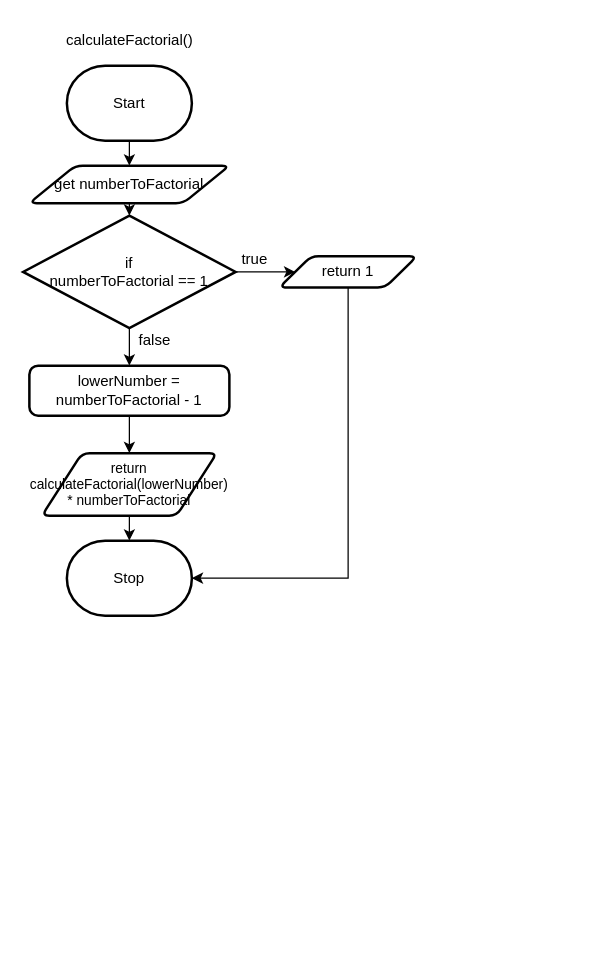
The draw.io diagram 3-3/design/flowchart.drawio in jakub-malhotra/ICS4U-Unit-3, before the edit. Source tidied: cells renumbered, new cells numbered last; positions are measured from the earlier drawing's top-left corner, leaving out a move shared by most shapes. Both pictures are drawn from the tidied source at 125%, with x=0, y=0 at pixel (22, 21).
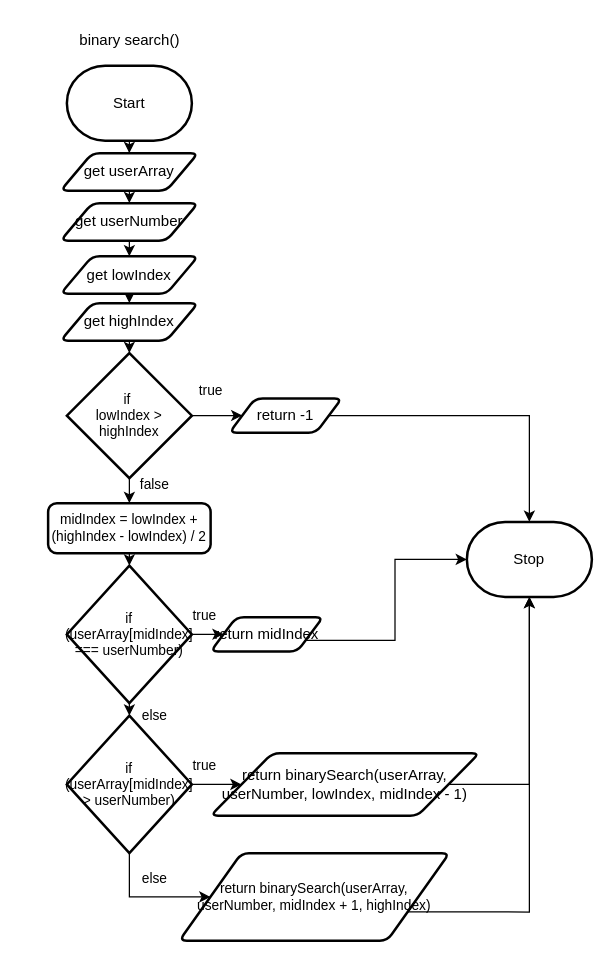
The same diagram, later.

Change to the diagram source:
```diff
@@
     <mxCell id="4" value="Stop" style="strokeWidth=2;html=1;shape=mxgraph.flowchart.terminator;whiteSpace=wrap;" parent="1" vertex="1">
-      <mxGeometry x="35" y="415" width="100" height="60" as="geometry" />
+      <mxGeometry x="355" y="400" width="100" height="60" as="geometry" />
     </mxCell>
-    <mxCell id="5" style="edgeStyle=none;html=1;exitX=0.5;exitY=1;exitDx=0;exitDy=0;entryX=0.5;entryY=0;entryDx=0;entryDy=0;entryPerimeter=0;fontFamily=Helvetica;fontSize=12;fontColor=default;" parent="1" edge="1" source="6" target="10">
-      <mxGeometry relative="1" as="geometry" />
-    </mxCell>
+    <mxCell id="19" style="edgeStyle=orthogonalEdgeStyle;shape=connector;rounded=0;html=1;exitX=0.5;exitY=1;exitDx=0;exitDy=0;entryX=0.5;entryY=0;entryDx=0;entryDy=0;labelBackgroundColor=default;strokeColor=default;fontFamily=Helvetica;fontSize=11;fontColor=default;endArrow=classic;" parent="1" edge="1" source="6" target="21">
+      <mxGeometry relative="1" as="geometry" />
+    </mxCell>
-    <mxCell id="6" value="get numberToFactorial" style="shape=parallelogram;html=1;strokeWidth=2;perimeter=parallelogramPerimeter;whiteSpace=wrap;rounded=1;arcSize=12;size=0.23;" parent="1" vertex="1">
-      <mxGeometry x="5" y="115" width="160" height="30" as="geometry" />
+    <mxCell id="6" value="get userArray" style="shape=parallelogram;html=1;strokeWidth=2;perimeter=parallelogramPerimeter;whiteSpace=wrap;rounded=1;arcSize=12;size=0.23;" parent="1" vertex="1">
+      <mxGeometry x="30" y="105" width="110" height="30" as="geometry" />
     </mxCell>
-    <mxCell id="7" value="calculateFactorial()" style="text;html=1;align=center;verticalAlign=middle;strokeColor=none;fillColor=none;" parent="1" vertex="1">
-      <mxGeometry x="20" width="130" height="30" as="geometry" />
+    <mxCell id="7" value="binary search()" style="text;html=1;align=center;verticalAlign=middle;strokeColor=none;fillColor=none;" parent="1" vertex="1">
+      <mxGeometry x="30" width="110" height="30" as="geometry" />
     </mxCell>
-    <mxCell id="8" style="edgeStyle=none;html=1;exitX=1;exitY=0.5;exitDx=0;exitDy=0;exitPerimeter=0;entryX=0;entryY=0.5;entryDx=0;entryDy=0;fontFamily=Helvetica;fontSize=12;fontColor=default;" parent="1" edge="1" source="10" target="12">
-      <mxGeometry relative="1" as="geometry" />
-    </mxCell>
-    <mxCell id="9" style="edgeStyle=orthogonalEdgeStyle;shape=connector;rounded=0;html=1;exitX=0.5;exitY=1;exitDx=0;exitDy=0;exitPerimeter=0;entryX=0.5;entryY=0;entryDx=0;entryDy=0;labelBackgroundColor=default;strokeColor=default;fontFamily=Helvetica;fontSize=11;fontColor=default;endArrow=classic;" parent="1" edge="1" source="10" target="15">
-      <mxGeometry relative="1" as="geometry" />
-    </mxCell>
-    <mxCell id="10" value="if &lt;br&gt;numberToFactorial == 1" style="strokeWidth=2;html=1;shape=mxgraph.flowchart.decision;whiteSpace=wrap;rounded=1;strokeColor=default;fontFamily=Helvetica;fontSize=12;fontColor=default;fillColor=default;" parent="1" vertex="1">
-      <mxGeometry y="155" width="170" height="90" as="geometry" />
-    </mxCell>
-    <mxCell id="11" style="edgeStyle=orthogonalEdgeStyle;shape=connector;rounded=0;html=1;exitX=0.5;exitY=1;exitDx=0;exitDy=0;entryX=1;entryY=0.5;entryDx=0;entryDy=0;entryPerimeter=0;labelBackgroundColor=default;strokeColor=default;fontFamily=Helvetica;fontSize=11;fontColor=default;endArrow=classic;" parent="1" edge="1" source="12" target="4">
+    <mxCell id="11" style="edgeStyle=orthogonalEdgeStyle;shape=connector;rounded=0;html=1;exitX=1;exitY=0.5;exitDx=0;exitDy=0;entryX=0.5;entryY=0;entryDx=0;entryDy=0;entryPerimeter=0;labelBackgroundColor=default;strokeColor=default;fontFamily=Helvetica;fontSize=11;fontColor=default;endArrow=classic;" parent="1" edge="1" source="12" target="4">
       <mxGeometry relative="1" as="geometry" />
     </mxCell>
-    <mxCell id="12" value="return 1" style="shape=parallelogram;html=1;strokeWidth=2;perimeter=parallelogramPerimeter;whiteSpace=wrap;rounded=1;arcSize=12;size=0.23;strokeColor=default;fontFamily=Helvetica;fontSize=12;fontColor=default;fillColor=default;" parent="1" vertex="1">
-      <mxGeometry x="205" y="187.5" width="110" height="25" as="geometry" />
+    <mxCell id="12" value="return -1" style="shape=parallelogram;html=1;strokeWidth=2;perimeter=parallelogramPerimeter;whiteSpace=wrap;rounded=1;arcSize=12;size=0.23;strokeColor=default;fontFamily=Helvetica;fontSize=12;fontColor=default;fillColor=default;" parent="1" vertex="1">
+      <mxGeometry x="165" y="301.2" width="90" height="27.5" as="geometry" />
     </mxCell>
-    <mxCell id="13" value="true" style="text;html=1;align=center;verticalAlign=middle;strokeColor=none;fillColor=none;fontSize=12;fontFamily=Helvetica;fontColor=default;" parent="1" vertex="1">
-      <mxGeometry x="165" y="175" width="40" height="30" as="geometry" />
-    </mxCell>
-    <mxCell id="14" style="edgeStyle=none;html=1;exitX=0.5;exitY=1;exitDx=0;exitDy=0;entryX=0.5;entryY=0;entryDx=0;entryDy=0;" parent="1" edge="1" source="15" target="17">
-      <mxGeometry relative="1" as="geometry" />
-    </mxCell>
-    <mxCell id="15" value="lowerNumber = numberToFactorial - 1" style="rounded=1;whiteSpace=wrap;html=1;absoluteArcSize=1;arcSize=14;strokeWidth=2;strokeColor=default;fontFamily=Helvetica;fontSize=12;fontColor=default;fillColor=default;" parent="1" vertex="1">
-      <mxGeometry x="5" y="275" width="160" height="40" as="geometry" />
-    </mxCell>
-    <mxCell id="16" style="edgeStyle=orthogonalEdgeStyle;shape=connector;rounded=0;html=1;exitX=0.5;exitY=1;exitDx=0;exitDy=0;entryX=0.5;entryY=0;entryDx=0;entryDy=0;entryPerimeter=0;labelBackgroundColor=default;strokeColor=default;fontFamily=Helvetica;fontSize=11;fontColor=default;endArrow=classic;" parent="1" edge="1" source="17" target="4">
-      <mxGeometry relative="1" as="geometry" />
-    </mxCell>
-    <mxCell id="17" value="return calculateFactorial(lowerNumber) * numberToFactorial" style="shape=parallelogram;html=1;strokeWidth=2;perimeter=parallelogramPerimeter;whiteSpace=wrap;rounded=1;arcSize=12;size=0.23;strokeColor=default;fontFamily=Helvetica;fontSize=11;fontColor=default;fillColor=default;" parent="1" vertex="1">
-      <mxGeometry x="15" y="345" width="140" height="50" as="geometry" />
-    </mxCell>
+    <mxCell id="20" style="edgeStyle=orthogonalEdgeStyle;shape=connector;rounded=0;html=1;exitX=0.5;exitY=1;exitDx=0;exitDy=0;entryX=0.5;entryY=0;entryDx=0;entryDy=0;labelBackgroundColor=default;strokeColor=default;fontFamily=Helvetica;fontSize=11;fontColor=default;endArrow=classic;" parent="1" edge="1" source="21" target="23">
+      <mxGeometry relative="1" as="geometry" />
+    </mxCell>
+    <mxCell id="21" value="get userNumber" style="shape=parallelogram;html=1;strokeWidth=2;perimeter=parallelogramPerimeter;whiteSpace=wrap;rounded=1;arcSize=12;size=0.23;" parent="1" vertex="1">
+      <mxGeometry x="30" y="145" width="110" height="30" as="geometry" />
+    </mxCell>
+    <mxCell id="22" style="edgeStyle=orthogonalEdgeStyle;shape=connector;rounded=0;html=1;exitX=0.5;exitY=1;exitDx=0;exitDy=0;entryX=0.5;entryY=0;entryDx=0;entryDy=0;labelBackgroundColor=default;strokeColor=default;fontFamily=Helvetica;fontSize=11;fontColor=default;endArrow=classic;" parent="1" edge="1" source="23" target="25">
+      <mxGeometry relative="1" as="geometry" />
+    </mxCell>
+    <mxCell id="23" value="get lowIndex" style="shape=parallelogram;html=1;strokeWidth=2;perimeter=parallelogramPerimeter;whiteSpace=wrap;rounded=1;arcSize=12;size=0.23;" parent="1" vertex="1">
+      <mxGeometry x="30" y="187.5" width="110" height="30" as="geometry" />
+    </mxCell>
+    <mxCell id="24" style="edgeStyle=orthogonalEdgeStyle;shape=connector;rounded=0;html=1;exitX=0.5;exitY=1;exitDx=0;exitDy=0;entryX=0.5;entryY=0;entryDx=0;entryDy=0;entryPerimeter=0;labelBackgroundColor=default;strokeColor=default;fontFamily=Helvetica;fontSize=11;fontColor=default;endArrow=classic;" parent="1" edge="1" source="25" target="28">
+      <mxGeometry relative="1" as="geometry" />
+    </mxCell>
+    <mxCell id="25" value="get highIndex" style="shape=parallelogram;html=1;strokeWidth=2;perimeter=parallelogramPerimeter;whiteSpace=wrap;rounded=1;arcSize=12;size=0.23;" parent="1" vertex="1">
+      <mxGeometry x="30" y="225" width="110" height="30" as="geometry" />
+    </mxCell>
+    <mxCell id="26" style="edgeStyle=orthogonalEdgeStyle;shape=connector;rounded=0;html=1;exitX=1;exitY=0.5;exitDx=0;exitDy=0;exitPerimeter=0;entryX=0;entryY=0.5;entryDx=0;entryDy=0;labelBackgroundColor=default;strokeColor=default;fontFamily=Helvetica;fontSize=11;fontColor=default;endArrow=classic;" parent="1" edge="1" source="28" target="12">
+      <mxGeometry relative="1" as="geometry" />
+    </mxCell>
+    <mxCell id="27" style="edgeStyle=orthogonalEdgeStyle;shape=connector;rounded=0;html=1;exitX=0.5;exitY=1;exitDx=0;exitDy=0;exitPerimeter=0;labelBackgroundColor=default;strokeColor=default;fontFamily=Helvetica;fontSize=11;fontColor=default;endArrow=classic;" parent="1" edge="1" source="28" target="31">
+      <mxGeometry relative="1" as="geometry" />
+    </mxCell>
+    <mxCell id="28" value="if&amp;nbsp;&lt;br&gt;lowIndex &amp;gt; highIndex" style="strokeWidth=2;html=1;shape=mxgraph.flowchart.decision;whiteSpace=wrap;fontFamily=Helvetica;fontSize=11;fontColor=default;" parent="1" vertex="1">
+      <mxGeometry x="35" y="265" width="100" height="100" as="geometry" />
+    </mxCell>
+    <mxCell id="29" value="true" style="text;html=1;align=center;verticalAlign=middle;strokeColor=none;fillColor=none;fontSize=11;fontFamily=Helvetica;fontColor=default;" parent="1" vertex="1">
+      <mxGeometry x="130" y="280" width="40" height="30" as="geometry" />
+    </mxCell>
+    <mxCell id="30" style="edgeStyle=orthogonalEdgeStyle;shape=connector;rounded=0;html=1;exitX=0.5;exitY=1;exitDx=0;exitDy=0;entryX=0.5;entryY=0;entryDx=0;entryDy=0;entryPerimeter=0;labelBackgroundColor=default;strokeColor=default;fontFamily=Helvetica;fontSize=11;fontColor=default;endArrow=classic;" parent="1" edge="1" source="31" target="34">
+      <mxGeometry relative="1" as="geometry" />
+    </mxCell>
+    <mxCell id="31" value="midIndex = lowIndex + (highIndex - lowIndex) / 2" style="rounded=1;whiteSpace=wrap;html=1;absoluteArcSize=1;arcSize=14;strokeWidth=2;fontFamily=Helvetica;fontSize=11;fontColor=default;" parent="1" vertex="1">
+      <mxGeometry x="20" y="385" width="130" height="40" as="geometry" />
+    </mxCell>
-    <mxCell id="18" value="false" style="text;html=1;align=center;verticalAlign=middle;strokeColor=none;fillColor=none;" parent="1" vertex="1">
-      <mxGeometry x="80" y="240" width="50" height="30" as="geometry" />
+    <mxCell id="18" value="false" style="text;html=1;align=center;verticalAlign=middle;strokeColor=none;fillColor=none;fontSize=11;fontFamily=Helvetica;fontColor=default;" parent="1" vertex="1">
+      <mxGeometry x="80" y="355" width="50" height="30" as="geometry" />
     </mxCell>
+    <mxCell id="32" style="edgeStyle=orthogonalEdgeStyle;shape=connector;rounded=0;html=1;exitX=1;exitY=0.5;exitDx=0;exitDy=0;exitPerimeter=0;entryX=0;entryY=0.5;entryDx=0;entryDy=0;labelBackgroundColor=default;strokeColor=default;fontFamily=Helvetica;fontSize=11;fontColor=default;endArrow=classic;" parent="1" edge="1" source="34" target="36">
+      <mxGeometry relative="1" as="geometry" />
+    </mxCell>
+    <mxCell id="33" style="edgeStyle=orthogonalEdgeStyle;shape=connector;rounded=0;html=1;exitX=0.5;exitY=1;exitDx=0;exitDy=0;exitPerimeter=0;entryX=0.5;entryY=0;entryDx=0;entryDy=0;entryPerimeter=0;labelBackgroundColor=default;strokeColor=default;fontFamily=Helvetica;fontSize=11;fontColor=default;endArrow=classic;" parent="1" edge="1" source="34" target="40">
+      <mxGeometry relative="1" as="geometry" />
+    </mxCell>
+    <mxCell id="34" value="if (userArray[midIndex] === userNumber)" style="strokeWidth=2;html=1;shape=mxgraph.flowchart.decision;whiteSpace=wrap;fontFamily=Helvetica;fontSize=11;fontColor=default;" parent="1" vertex="1">
+      <mxGeometry x="35" y="435" width="100" height="110" as="geometry" />
+    </mxCell>
+    <mxCell id="35" style="edgeStyle=orthogonalEdgeStyle;shape=connector;rounded=0;html=1;exitX=1;exitY=0.75;exitDx=0;exitDy=0;entryX=0;entryY=0.5;entryDx=0;entryDy=0;entryPerimeter=0;labelBackgroundColor=default;strokeColor=default;fontFamily=Helvetica;fontSize=11;fontColor=default;endArrow=classic;" parent="1" edge="1" source="36" target="4">
+      <mxGeometry relative="1" as="geometry" />
+    </mxCell>
+    <mxCell id="36" value="return midIndex" style="shape=parallelogram;html=1;strokeWidth=2;perimeter=parallelogramPerimeter;whiteSpace=wrap;rounded=1;arcSize=12;size=0.23;strokeColor=default;fontFamily=Helvetica;fontSize=12;fontColor=default;fillColor=default;" parent="1" vertex="1">
+      <mxGeometry x="150" y="476.2" width="90" height="27.5" as="geometry" />
+    </mxCell>
+    <mxCell id="37" value="true" style="text;html=1;align=center;verticalAlign=middle;strokeColor=none;fillColor=none;fontSize=11;fontFamily=Helvetica;fontColor=default;" parent="1" vertex="1">
+      <mxGeometry x="125" y="460" width="40" height="30" as="geometry" />
+    </mxCell>
+    <mxCell id="38" style="edgeStyle=orthogonalEdgeStyle;shape=connector;rounded=0;html=1;exitX=1;exitY=0.5;exitDx=0;exitDy=0;exitPerimeter=0;entryX=0;entryY=0.5;entryDx=0;entryDy=0;labelBackgroundColor=default;strokeColor=default;fontFamily=Helvetica;fontSize=11;fontColor=default;endArrow=classic;" parent="1" edge="1" source="40" target="43">
+      <mxGeometry relative="1" as="geometry" />
+    </mxCell>
+    <mxCell id="39" style="edgeStyle=orthogonalEdgeStyle;shape=connector;rounded=0;html=1;exitX=0.5;exitY=1;exitDx=0;exitDy=0;exitPerimeter=0;entryX=0;entryY=0.5;entryDx=0;entryDy=0;labelBackgroundColor=default;strokeColor=default;fontFamily=Helvetica;fontSize=11;fontColor=default;endArrow=classic;" parent="1" edge="1" source="40" target="46">
+      <mxGeometry relative="1" as="geometry">
+        <Array as="points">
+          <mxPoint x="85" y="700" />
+        </Array>
+      </mxGeometry>
+    </mxCell>
+    <mxCell id="40" value="if (userArray[midIndex] &amp;gt; userNumber)" style="strokeWidth=2;html=1;shape=mxgraph.flowchart.decision;whiteSpace=wrap;fontFamily=Helvetica;fontSize=11;fontColor=default;" parent="1" vertex="1">
+      <mxGeometry x="35" y="555" width="100" height="110" as="geometry" />
+    </mxCell>
+    <mxCell id="41" value="else" style="text;html=1;align=center;verticalAlign=middle;strokeColor=none;fillColor=none;fontSize=11;fontFamily=Helvetica;fontColor=default;" parent="1" vertex="1">
+      <mxGeometry x="85" y="540" width="40" height="30" as="geometry" />
+    </mxCell>
+    <mxCell id="42" style="edgeStyle=orthogonalEdgeStyle;shape=connector;rounded=0;html=1;exitX=1;exitY=0.5;exitDx=0;exitDy=0;entryX=0.5;entryY=1;entryDx=0;entryDy=0;entryPerimeter=0;labelBackgroundColor=default;strokeColor=default;fontFamily=Helvetica;fontSize=11;fontColor=default;endArrow=classic;" parent="1" edge="1" source="43" target="4">
+      <mxGeometry relative="1" as="geometry">
+        <Array as="points">
+          <mxPoint x="405" y="610" />
+        </Array>
+      </mxGeometry>
+    </mxCell>
+    <mxCell id="43" value="return binarySearch(userArray, userNumber, lowIndex, midIndex - 1)" style="shape=parallelogram;html=1;strokeWidth=2;perimeter=parallelogramPerimeter;whiteSpace=wrap;rounded=1;arcSize=12;size=0.23;strokeColor=default;fontFamily=Helvetica;fontSize=12;fontColor=default;fillColor=default;" parent="1" vertex="1">
+      <mxGeometry x="150" y="585" width="215" height="50" as="geometry" />
+    </mxCell>
+    <mxCell id="44" value="true" style="text;html=1;align=center;verticalAlign=middle;strokeColor=none;fillColor=none;fontSize=11;fontFamily=Helvetica;fontColor=default;" parent="1" vertex="1">
+      <mxGeometry x="125" y="580" width="40" height="30" as="geometry" />
+    </mxCell>
+    <mxCell id="45" style="edgeStyle=orthogonalEdgeStyle;shape=connector;rounded=0;html=1;exitX=1;exitY=0.75;exitDx=0;exitDy=0;entryX=0.5;entryY=1;entryDx=0;entryDy=0;entryPerimeter=0;labelBackgroundColor=default;strokeColor=default;fontFamily=Helvetica;fontSize=11;fontColor=default;endArrow=classic;" parent="1" edge="1" source="46" target="4">
+      <mxGeometry relative="1" as="geometry" />
+    </mxCell>
+    <mxCell id="46" value="return binarySearch(userArray, userNumber, midIndex + 1, highIndex)" style="shape=parallelogram;html=1;strokeWidth=2;perimeter=parallelogramPerimeter;whiteSpace=wrap;rounded=1;arcSize=12;size=0.23;fontFamily=Helvetica;fontSize=11;fontColor=default;" parent="1" vertex="1">
+      <mxGeometry x="125" y="665" width="216" height="70" as="geometry" />
+    </mxCell>
+    <mxCell id="47" value="else" style="text;html=1;align=center;verticalAlign=middle;strokeColor=none;fillColor=none;fontSize=11;fontFamily=Helvetica;fontColor=default;" parent="1" vertex="1">
+      <mxGeometry x="85" y="670" width="40" height="30" as="geometry" />
+    </mxCell>
```
